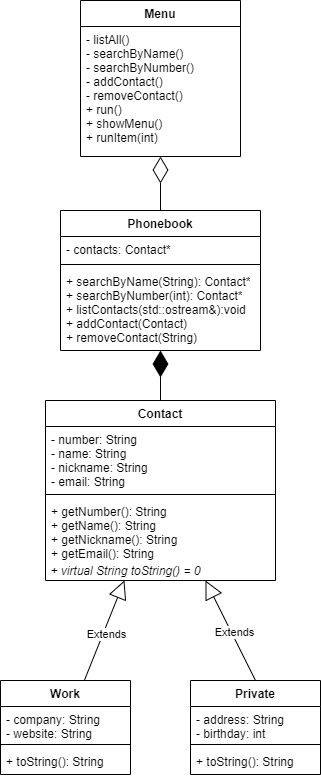
This is NHF - Terv/UML_diagram_final.png from pintertamas/phonebook-cpp, a draw.io export, as it was before one commit. Source tidied: cells renumbered, new cells last; positions are measured from the earlier drawing's top-left corner, leaving out a move shared by most shapes. Source of this version:
```xml
<mxGraphModel>
  <root>
    <mxCell id="0" />
    <mxCell id="1" parent="0" />
    <mxCell id="2" value="Menu" style="swimlane;fontStyle=1;align=center;verticalAlign=top;horizontal=1;startSize=26;" parent="1" vertex="1">
      <mxGeometry x="80" width="160" height="156" as="geometry" />
    </mxCell>
    <mxCell id="3" value="- listAll()&#10;- searchByName()&#10;- searchByNumber()&#10;- addContact()&#10;- removeContact()&#10;+ run()&#10;+ showMenu()&#10;+ runItem(int)" style="text;strokeColor=none;fillColor=none;align=left;verticalAlign=top;spacingLeft=4;spacingRight=4;overflow=hidden;" parent="2" vertex="1">
      <mxGeometry y="26" width="160" height="130" as="geometry" />
    </mxCell>
    <mxCell id="4" value="Phonebook" style="swimlane;fontStyle=1;align=center;verticalAlign=top;horizontal=1;startSize=26;" parent="1" vertex="1">
      <mxGeometry x="60" y="210" width="200" height="140" as="geometry" />
    </mxCell>
    <mxCell id="5" value="- contacts: Contact*" style="text;strokeColor=none;fillColor=none;align=left;verticalAlign=top;spacingLeft=4;spacingRight=4;overflow=hidden;" parent="4" vertex="1">
      <mxGeometry y="26" width="200" height="24" as="geometry" />
    </mxCell>
    <mxCell id="6" style="line;strokeWidth=1;fillColor=none;align=left;verticalAlign=middle;spacingTop=-1;spacingLeft=3;spacingRight=3;labelPosition=right;points=[];portConstraint=eastwest;" parent="4" vertex="1">
      <mxGeometry y="50" width="200" height="8" as="geometry" />
    </mxCell>
    <mxCell id="7" value="+ searchByName(String): Contact*&#10;+ searchByNumber(int): Contact*&#10;+ listContacts(std::ostream&amp;):void&#10;+ addContact(Contact)&#10;+ removeContact(String)" style="text;strokeColor=none;fillColor=none;align=left;verticalAlign=top;spacingLeft=4;spacingRight=4;overflow=hidden;" parent="4" vertex="1">
      <mxGeometry y="58" width="200" height="82" as="geometry" />
    </mxCell>
    <mxCell id="8" style="endArrow=diamondThin;endFill=1;endSize=24;html=1;exitX=0.5;exitY=0;exitDx=0;exitDy=0;" parent="1" edge="1" source="9" target="4">
      <mxGeometry relative="1" as="geometry" />
    </mxCell>
    <mxCell id="9" value="Contact" style="swimlane;fontStyle=1;align=center;verticalAlign=top;horizontal=1;startSize=26;" parent="1" vertex="1">
      <mxGeometry x="45" y="400" width="230" height="180" as="geometry" />
    </mxCell>
    <mxCell id="10" value="- number: String&#10;- name: String&#10;- nickname: String&#10;- email: String" style="text;strokeColor=none;fillColor=none;align=left;verticalAlign=top;spacingLeft=4;spacingRight=4;overflow=hidden;points=[[0,0.5],[1,0.5]];portConstraint=eastwest;" parent="9" vertex="1">
      <mxGeometry y="26" width="230" height="64" as="geometry" />
    </mxCell>
    <mxCell id="11" style="line;strokeWidth=1;fillColor=none;align=left;verticalAlign=middle;spacingTop=-1;spacingLeft=3;spacingRight=3;labelPosition=right;" parent="9" vertex="1">
      <mxGeometry y="90" width="230" height="8" as="geometry" />
    </mxCell>
    <mxCell id="12" value="+ getNumber(): String&#10;+ getName(): String&#10;+ getNickname(): String&#10;+ getEmail(): String&#10;" style="text;strokeColor=none;fillColor=none;align=left;verticalAlign=top;spacingLeft=4;spacingRight=4;overflow=hidden;" parent="9" vertex="1">
      <mxGeometry y="98" width="230" height="62" as="geometry" />
    </mxCell>
    <mxCell id="13" value="&lt;span&gt;&lt;i&gt;&amp;nbsp;+ virtual String toString() = 0&lt;/i&gt;&lt;/span&gt;" style="text;html=1;strokeColor=none;fillColor=none;align=left;verticalAlign=middle;whiteSpace=wrap;rounded=0;" parent="9" vertex="1">
      <mxGeometry y="160" width="230" height="20" as="geometry" />
    </mxCell>
    <mxCell id="14" style="endArrow=diamondThin;endFill=0;endSize=24;html=1;" parent="1" edge="1" source="4" target="2">
      <mxGeometry relative="1" as="geometry" />
    </mxCell>
    <mxCell id="15" value="Extends" style="endArrow=block;endSize=16;endFill=0;html=1;" parent="1" edge="1" source="21" target="9">
      <mxGeometry x="-0.06" y="-3" relative="1" as="geometry" />
    </mxCell>
    <mxCell id="16" value="Extends" style="endArrow=block;endSize=16;endFill=0;html=1;exitX=0.5;exitY=0;exitDx=0;exitDy=0;" parent="1" edge="1" source="17" target="9">
      <mxGeometry x="-0.06" y="-3" relative="1" as="geometry" />
    </mxCell>
    <mxCell id="17" value="Private" style="swimlane;fontStyle=1;align=center;verticalAlign=top;horizontal=1;startSize=26;" parent="1" vertex="1">
      <mxGeometry x="190" y="680" width="130" height="94" as="geometry" />
    </mxCell>
    <mxCell id="18" value="- address: String&#10;- birthday: int" style="text;strokeColor=none;fillColor=none;align=left;verticalAlign=top;spacingLeft=4;spacingRight=4;overflow=hidden;" parent="17" vertex="1">
      <mxGeometry y="26" width="130" height="34" as="geometry" />
    </mxCell>
    <mxCell id="19" style="line;strokeWidth=1;fillColor=none;align=left;verticalAlign=middle;spacingTop=-1;spacingLeft=3;spacingRight=3;labelPosition=right;points=[];portConstraint=eastwest;" parent="17" vertex="1">
      <mxGeometry y="60" width="130" height="8" as="geometry" />
    </mxCell>
    <mxCell id="20" value="+ toString(): String" style="text;strokeColor=none;fillColor=none;align=left;verticalAlign=top;spacingLeft=4;spacingRight=4;overflow=hidden;" parent="17" vertex="1">
      <mxGeometry y="68" width="130" height="26" as="geometry" />
    </mxCell>
    <mxCell id="21" value="Work" style="swimlane;fontStyle=1;align=center;verticalAlign=top;horizontal=1;startSize=26;" parent="1" vertex="1">
      <mxGeometry y="680" width="130" height="94" as="geometry" />
    </mxCell>
    <mxCell id="22" value="- company: String&#10;- website: String" style="text;strokeColor=none;fillColor=none;align=left;verticalAlign=top;spacingLeft=4;spacingRight=4;overflow=hidden;" parent="21" vertex="1">
      <mxGeometry y="26" width="130" height="34" as="geometry" />
    </mxCell>
    <mxCell id="23" style="line;strokeWidth=1;fillColor=none;align=left;verticalAlign=middle;spacingTop=-1;spacingLeft=3;spacingRight=3;labelPosition=right;points=[];portConstraint=eastwest;" parent="21" vertex="1">
      <mxGeometry y="60" width="130" height="8" as="geometry" />
    </mxCell>
    <mxCell id="24" value="+ toString(): String" style="text;strokeColor=none;fillColor=none;align=left;verticalAlign=top;spacingLeft=4;spacingRight=4;overflow=hidden;" parent="21" vertex="1">
      <mxGeometry y="68" width="130" height="26" as="geometry" />
    </mxCell>
  </root>
</mxGraphModel>
```
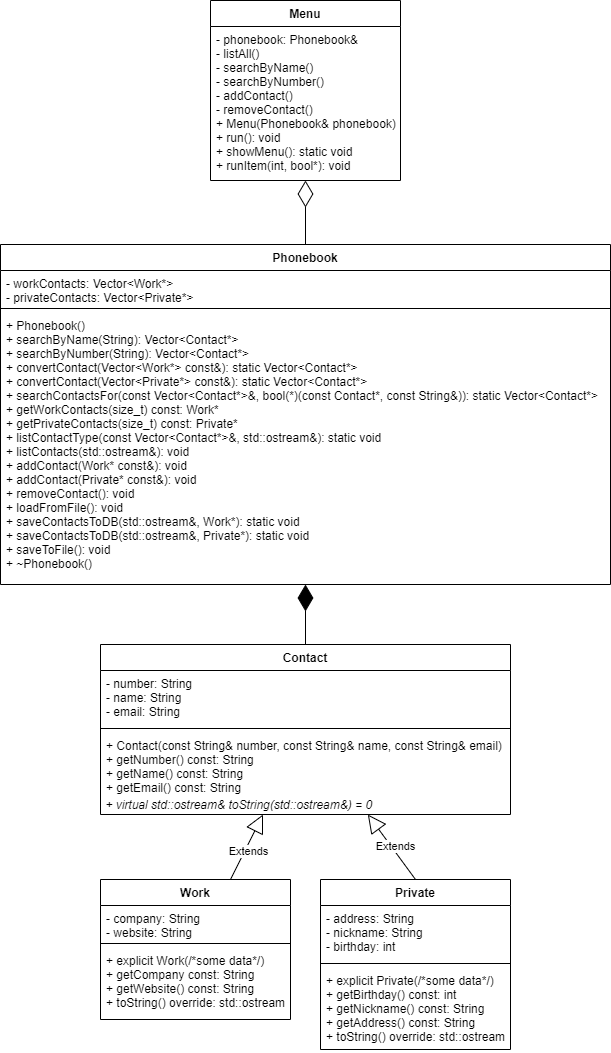
Above is the later version.

The edit, as a diff of the source:
```diff
@@ -2,74 +2,74 @@
   <root>
     <mxCell id="0" />
     <mxCell id="1" parent="0" />
-    <mxCell id="2" value="Menu" style="swimlane;fontStyle=1;align=center;verticalAlign=top;horizontal=1;startSize=26;" parent="1" vertex="1">
-      <mxGeometry x="80" width="160" height="156" as="geometry" />
+    <mxCell id="2" style="endArrow=diamondThin;endFill=1;endSize=24;html=1;exitX=0.5;exitY=0;exitDx=0;exitDy=0;" parent="1" edge="1" source="10" target="6">
+      <mxGeometry relative="1" as="geometry" />
     </mxCell>
-    <mxCell id="3" value="- listAll()&#10;- searchByName()&#10;- searchByNumber()&#10;- addContact()&#10;- removeContact()&#10;+ run()&#10;+ showMenu()&#10;+ runItem(int)" style="text;strokeColor=none;fillColor=none;align=left;verticalAlign=top;spacingLeft=4;spacingRight=4;overflow=hidden;" parent="2" vertex="1">
-      <mxGeometry y="26" width="160" height="130" as="geometry" />
+    <mxCell id="3" style="endArrow=diamondThin;endFill=0;endSize=24;html=1;" parent="1" edge="1" source="6" target="23">
+      <mxGeometry relative="1" as="geometry" />
     </mxCell>
-    <mxCell id="4" value="Phonebook" style="swimlane;fontStyle=1;align=center;verticalAlign=top;horizontal=1;startSize=26;" parent="1" vertex="1">
-      <mxGeometry x="60" y="210" width="200" height="140" as="geometry" />
+    <mxCell id="4" value="Extends" style="endArrow=block;endSize=16;endFill=0;html=1;" parent="1" edge="1" source="19" target="10">
+      <mxGeometry x="-0.06" y="-3" relative="1" as="geometry" />
     </mxCell>
-    <mxCell id="5" value="- contacts: Contact*" style="text;strokeColor=none;fillColor=none;align=left;verticalAlign=top;spacingLeft=4;spacingRight=4;overflow=hidden;" parent="4" vertex="1">
-      <mxGeometry y="26" width="200" height="24" as="geometry" />
+    <mxCell id="5" value="Extends" style="endArrow=block;endSize=16;endFill=0;html=1;exitX=0.5;exitY=0;exitDx=0;exitDy=0;" parent="1" edge="1" source="15" target="10">
+      <mxGeometry x="-0.06" y="-3" relative="1" as="geometry" />
     </mxCell>
-    <mxCell id="6" style="line;strokeWidth=1;fillColor=none;align=left;verticalAlign=middle;spacingTop=-1;spacingLeft=3;spacingRight=3;labelPosition=right;points=[];portConstraint=eastwest;" parent="4" vertex="1">
-      <mxGeometry y="50" width="200" height="8" as="geometry" />
+    <mxCell id="6" value="Phonebook" style="swimlane;fontStyle=1;align=center;verticalAlign=top;horizontal=1;startSize=26;" parent="1" vertex="1">
+      <mxGeometry x="630" y="264" width="610" height="340" as="geometry" />
     </mxCell>
-    <mxCell id="7" value="+ searchByName(String): Contact*&#10;+ searchByNumber(int): Contact*&#10;+ listContacts(std::ostream&amp;):void&#10;+ addContact(Contact)&#10;+ removeContact(String)" style="text;strokeColor=none;fillColor=none;align=left;verticalAlign=top;spacingLeft=4;spacingRight=4;overflow=hidden;" parent="4" vertex="1">
-      <mxGeometry y="58" width="200" height="82" as="geometry" />
+    <mxCell id="7" value="- workContacts: Vector&lt;Work*&gt;&#10;- privateContacts: Vector&lt;Private*&gt;" style="text;strokeColor=none;fillColor=none;align=left;verticalAlign=top;spacingLeft=4;spacingRight=4;overflow=hidden;" parent="6" vertex="1">
+      <mxGeometry y="26" width="610" height="34" as="geometry" />
     </mxCell>
-    <mxCell id="8" style="endArrow=diamondThin;endFill=1;endSize=24;html=1;exitX=0.5;exitY=0;exitDx=0;exitDy=0;" parent="1" edge="1" source="9" target="4">
-      <mxGeometry relative="1" as="geometry" />
+    <mxCell id="8" style="line;strokeWidth=1;fillColor=none;align=left;verticalAlign=middle;spacingTop=-1;spacingLeft=3;spacingRight=3;labelPosition=right;" parent="6" vertex="1">
+      <mxGeometry y="60" width="610" height="8" as="geometry" />
     </mxCell>
-    <mxCell id="9" value="Contact" style="swimlane;fontStyle=1;align=center;verticalAlign=top;horizontal=1;startSize=26;" parent="1" vertex="1">
-      <mxGeometry x="45" y="400" width="230" height="180" as="geometry" />
+    <mxCell id="9" value="+ Phonebook()&#10;+ searchByName(String): Vector&lt;Contact*&gt;&#10;+ searchByNumber(String): Vector&lt;Contact*&gt;&#10;+ convertContact(Vector&lt;Work*&gt; const&amp;): static Vector&lt;Contact*&gt;&#10;+ convertContact(Vector&lt;Private*&gt; const&amp;): static Vector&lt;Contact*&gt;&#10;+ searchContactsFor(const Vector&lt;Contact*&gt;&amp;, bool(*)(const Contact*, const String&amp;)): static Vector&lt;Contact*&gt;&#10;+ getWorkContacts(size_t) const: Work*&#10;+ getPrivateContacts(size_t) const: Private*&#10;+ listContactType(const Vector&lt;Contact*&gt;&amp;, std::ostream&amp;): static void&#10;+ listContacts(std::ostream&amp;): void&#10;+ addContact(Work* const&amp;): void&#10;+ addContact(Private* const&amp;): void&#10;+ removeContact(): void&#10;+ loadFromFile(): void&#10;+ saveContactsToDB(std::ostream&amp;, Work*): static void&#10;+ saveContactsToDB(std::ostream&amp;, Private*): static void&#10;+ saveToFile(): void&#10;+ ~Phonebook()&#10;" style="text;strokeColor=none;fillColor=none;align=left;verticalAlign=top;spacingLeft=4;spacingRight=4;overflow=hidden;points=[[0,0.5],[1,0.5]];portConstraint=eastwest;" parent="6" vertex="1">
+      <mxGeometry y="68" width="610" height="272" as="geometry" />
     </mxCell>
-    <mxCell id="10" value="- number: String&#10;- name: String&#10;- nickname: String&#10;- email: String" style="text;strokeColor=none;fillColor=none;align=left;verticalAlign=top;spacingLeft=4;spacingRight=4;overflow=hidden;points=[[0,0.5],[1,0.5]];portConstraint=eastwest;" parent="9" vertex="1">
-      <mxGeometry y="26" width="230" height="64" as="geometry" />
+    <mxCell id="10" value="Contact" style="swimlane;fontStyle=1;align=center;verticalAlign=top;horizontal=1;startSize=26;" parent="1" vertex="1">
+      <mxGeometry x="730" y="664" width="410" height="170" as="geometry" />
     </mxCell>
-    <mxCell id="11" style="line;strokeWidth=1;fillColor=none;align=left;verticalAlign=middle;spacingTop=-1;spacingLeft=3;spacingRight=3;labelPosition=right;" parent="9" vertex="1">
-      <mxGeometry y="90" width="230" height="8" as="geometry" />
+    <mxCell id="11" value="- number: String&#10;- name: String&#10;- email: String" style="text;strokeColor=none;fillColor=none;align=left;verticalAlign=top;spacingLeft=4;spacingRight=4;overflow=hidden;" parent="10" vertex="1">
+      <mxGeometry y="26" width="410" height="54" as="geometry" />
     </mxCell>
-    <mxCell id="12" value="+ getNumber(): String&#10;+ getName(): String&#10;+ getNickname(): String&#10;+ getEmail(): String&#10;" style="text;strokeColor=none;fillColor=none;align=left;verticalAlign=top;spacingLeft=4;spacingRight=4;overflow=hidden;" parent="9" vertex="1">
-      <mxGeometry y="98" width="230" height="62" as="geometry" />
+    <mxCell id="12" style="line;strokeWidth=1;fillColor=none;align=left;verticalAlign=middle;spacingTop=-1;spacingLeft=3;spacingRight=3;labelPosition=right;" parent="10" vertex="1">
+      <mxGeometry y="80" width="410" height="8" as="geometry" />
     </mxCell>
-    <mxCell id="13" value="&lt;span&gt;&lt;i&gt;&amp;nbsp;+ virtual String toString() = 0&lt;/i&gt;&lt;/span&gt;" style="text;html=1;strokeColor=none;fillColor=none;align=left;verticalAlign=middle;whiteSpace=wrap;rounded=0;" parent="9" vertex="1">
-      <mxGeometry y="160" width="230" height="20" as="geometry" />
+    <mxCell id="13" value="+ Contact(const String&amp; number, const String&amp; name, const String&amp; email)&#10;+ getNumber() const: String&#10;+ getName() const: String&#10;+ getEmail() const: String&#10;" style="text;strokeColor=none;fillColor=none;align=left;verticalAlign=top;spacingLeft=4;spacingRight=4;overflow=hidden;" parent="10" vertex="1">
+      <mxGeometry y="88" width="410" height="62" as="geometry" />
     </mxCell>
-    <mxCell id="14" style="endArrow=diamondThin;endFill=0;endSize=24;html=1;" parent="1" edge="1" source="4" target="2">
-      <mxGeometry relative="1" as="geometry" />
+    <mxCell id="14" value="&lt;span&gt;&lt;i&gt;&amp;nbsp;+ virtual std::ostream&amp;amp; toString(std::ostream&amp;amp;) = 0&lt;/i&gt;&lt;/span&gt;" style="text;html=1;strokeColor=none;fillColor=none;align=left;verticalAlign=middle;whiteSpace=wrap;rounded=0;" parent="10" vertex="1">
+      <mxGeometry y="150" width="410" height="20" as="geometry" />
     </mxCell>
-    <mxCell id="15" value="Extends" style="endArrow=block;endSize=16;endFill=0;html=1;" parent="1" edge="1" source="21" target="9">
-      <mxGeometry x="-0.06" y="-3" relative="1" as="geometry" />
+    <mxCell id="15" value="Private" style="swimlane;fontStyle=1;align=center;verticalAlign=top;horizontal=1;startSize=26;" parent="1" vertex="1">
+      <mxGeometry x="950" y="899" width="190" height="170" as="geometry" />
     </mxCell>
-    <mxCell id="16" value="Extends" style="endArrow=block;endSize=16;endFill=0;html=1;exitX=0.5;exitY=0;exitDx=0;exitDy=0;" parent="1" edge="1" source="17" target="9">
-      <mxGeometry x="-0.06" y="-3" relative="1" as="geometry" />
+    <mxCell id="16" value="- address: String&#10;- nickname: String&#10;- birthday: int" style="text;strokeColor=none;fillColor=none;align=left;verticalAlign=top;spacingLeft=4;spacingRight=4;overflow=hidden;" parent="15" vertex="1">
+      <mxGeometry y="26" width="190" height="54" as="geometry" />
     </mxCell>
-    <mxCell id="17" value="Private" style="swimlane;fontStyle=1;align=center;verticalAlign=top;horizontal=1;startSize=26;" parent="1" vertex="1">
-      <mxGeometry x="190" y="680" width="130" height="94" as="geometry" />
+    <mxCell id="17" style="line;strokeWidth=1;fillColor=none;align=left;verticalAlign=middle;spacingTop=-1;spacingLeft=3;spacingRight=3;labelPosition=right;points=[];portConstraint=eastwest;" parent="15" vertex="1">
+      <mxGeometry y="80" width="190" height="8" as="geometry" />
     </mxCell>
-    <mxCell id="18" value="- address: String&#10;- birthday: int" style="text;strokeColor=none;fillColor=none;align=left;verticalAlign=top;spacingLeft=4;spacingRight=4;overflow=hidden;" parent="17" vertex="1">
-      <mxGeometry y="26" width="130" height="34" as="geometry" />
+    <mxCell id="18" value="+ explicit Private(/*some data*/)&#10;+ getBirthday() const: int&#10;+ getNickname() const: String&#10;+ getAddress() const: String&#10;+ toString() override: std::ostream" style="text;strokeColor=none;fillColor=none;align=left;verticalAlign=top;spacingLeft=4;spacingRight=4;overflow=hidden;" parent="15" vertex="1">
+      <mxGeometry y="88" width="190" height="82" as="geometry" />
     </mxCell>
-    <mxCell id="19" style="line;strokeWidth=1;fillColor=none;align=left;verticalAlign=middle;spacingTop=-1;spacingLeft=3;spacingRight=3;labelPosition=right;points=[];portConstraint=eastwest;" parent="17" vertex="1">
-      <mxGeometry y="60" width="130" height="8" as="geometry" />
+    <mxCell id="19" value="Work" style="swimlane;fontStyle=1;align=center;verticalAlign=top;horizontal=1;startSize=26;" parent="1" vertex="1">
+      <mxGeometry x="730" y="899" width="190" height="140" as="geometry" />
     </mxCell>
-    <mxCell id="20" value="+ toString(): String" style="text;strokeColor=none;fillColor=none;align=left;verticalAlign=top;spacingLeft=4;spacingRight=4;overflow=hidden;" parent="17" vertex="1">
-      <mxGeometry y="68" width="130" height="26" as="geometry" />
+    <mxCell id="20" value="- company: String&#10;- website: String" style="text;strokeColor=none;fillColor=none;align=left;verticalAlign=top;spacingLeft=4;spacingRight=4;overflow=hidden;" parent="19" vertex="1">
+      <mxGeometry y="26" width="190" height="34" as="geometry" />
     </mxCell>
-    <mxCell id="21" value="Work" style="swimlane;fontStyle=1;align=center;verticalAlign=top;horizontal=1;startSize=26;" parent="1" vertex="1">
-      <mxGeometry y="680" width="130" height="94" as="geometry" />
+    <mxCell id="21" style="line;strokeWidth=1;fillColor=none;align=left;verticalAlign=middle;spacingTop=-1;spacingLeft=3;spacingRight=3;labelPosition=right;points=[];portConstraint=eastwest;" parent="19" vertex="1">
+      <mxGeometry y="60" width="190" height="8" as="geometry" />
     </mxCell>
-    <mxCell id="22" value="- company: String&#10;- website: String" style="text;strokeColor=none;fillColor=none;align=left;verticalAlign=top;spacingLeft=4;spacingRight=4;overflow=hidden;" parent="21" vertex="1">
-      <mxGeometry y="26" width="130" height="34" as="geometry" />
+    <mxCell id="22" value="+ explicit Work(/*some data*/)&#10;+ getCompany const: String&#10;+ getWebsite() const: String&#10;+ toString() override: std::ostream" style="text;strokeColor=none;fillColor=none;align=left;verticalAlign=top;spacingLeft=4;spacingRight=4;overflow=hidden;" parent="19" vertex="1">
+      <mxGeometry y="68" width="190" height="72" as="geometry" />
     </mxCell>
-    <mxCell id="23" style="line;strokeWidth=1;fillColor=none;align=left;verticalAlign=middle;spacingTop=-1;spacingLeft=3;spacingRight=3;labelPosition=right;points=[];portConstraint=eastwest;" parent="21" vertex="1">
-      <mxGeometry y="60" width="130" height="8" as="geometry" />
+    <mxCell id="23" value="Menu" style="swimlane;fontStyle=1;align=center;verticalAlign=top;horizontal=1;startSize=26;" parent="1" vertex="1">
+      <mxGeometry x="840" y="20" width="190" height="180" as="geometry" />
     </mxCell>
-    <mxCell id="24" value="+ toString(): String" style="text;strokeColor=none;fillColor=none;align=left;verticalAlign=top;spacingLeft=4;spacingRight=4;overflow=hidden;" parent="21" vertex="1">
-      <mxGeometry y="68" width="130" height="26" as="geometry" />
+    <mxCell id="24" value="- phonebook: Phonebook&amp;&#10;- listAll()&#10;- searchByName()&#10;- searchByNumber()&#10;- addContact()&#10;- removeContact()&#10;+ Menu(Phonebook&amp; phonebook)&#10;+ run(): void&#10;+ showMenu(): static void&#10;+ runItem(int, bool*): void" style="text;strokeColor=none;fillColor=none;align=left;verticalAlign=top;spacingLeft=4;spacingRight=4;overflow=hidden;" parent="23" vertex="1">
+      <mxGeometry y="26" width="190" height="154" as="geometry" />
     </mxCell>
   </root>
 </mxGraphModel>
```
